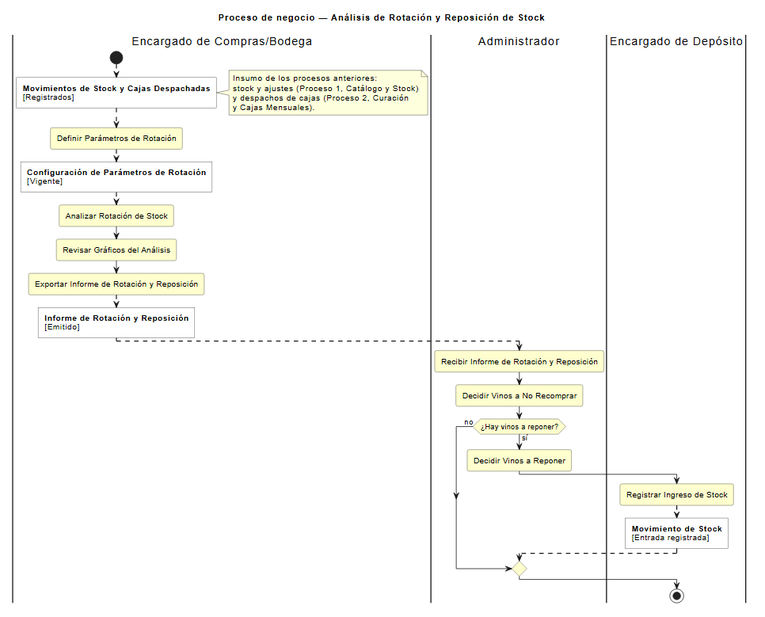
Jesifu/club-de-vinos-td keeps this PlantUML diagram as DIAGRAMAS/DiagramaActividad_Proceso3_RotacionReposicion.png. Above is the earlier version. Its source is kept beside it as DIAGRAMAS/DiagramaActividad_Proceso3_RotacionReposicion.puml. Its diagram source:
```plantuml
@startuml DiagramaActividad_Proceso3_RotacionReposicion

title Proceso de negocio — Análisis de Rotación y Reposición de Stock

skinparam shadowing false
skinparam roundcorner 6
skinparam roundcorner<<doc>> 0
skinparam activity {
  BackgroundColor #FEFECE
  BorderColor #33342E
  BackgroundColor<<doc>> #FFFFFF
  BorderColor<<doc>> #33342E
}
skinparam partition {
  BorderColor #666666
  FontStyle bold
}
scale 0.8

|Encargado de Compras/Bodega|
start
-[dashed]->
:**Movimientos de Stock y Cajas Despachadas**
[Registrados]; <<doc>>
note right
  Insumo de los procesos anteriores:
  stock y ajustes (Proceso 1, Catálogo y Stock)
  y despachos de cajas (Proceso 2, Curación
  y Cajas Mensuales).
end note
-[dashed]->
:Definir Parámetros de Rotación;
-[dashed]->
:**Configuración de Parámetros de Rotación**
[Vigente]; <<doc>>
-[dashed]->
:Analizar Rotación de Stock;
:Revisar Gráficos del Análisis;
:Exportar Informe de Rotación y Reposición;
-[dashed]->
:**Informe de Rotación y Reposición**
[Emitido]; <<doc>>
-[dashed]->

|Administrador|
:Recibir Informe de Rotación y Reposición;
:Decidir Vinos a No Recomprar;
if (¿Hay vinos a reponer?) then (sí)
  :Decidir Vinos a Reponer;

  |Encargado de Depósito|
  :Registrar Ingreso de Stock;
  -[dashed]->
  :**Movimiento de Stock**
[Entrada registrada]; <<doc>>
  -[dashed]->
else (no)
endif
stop

@enduml
```
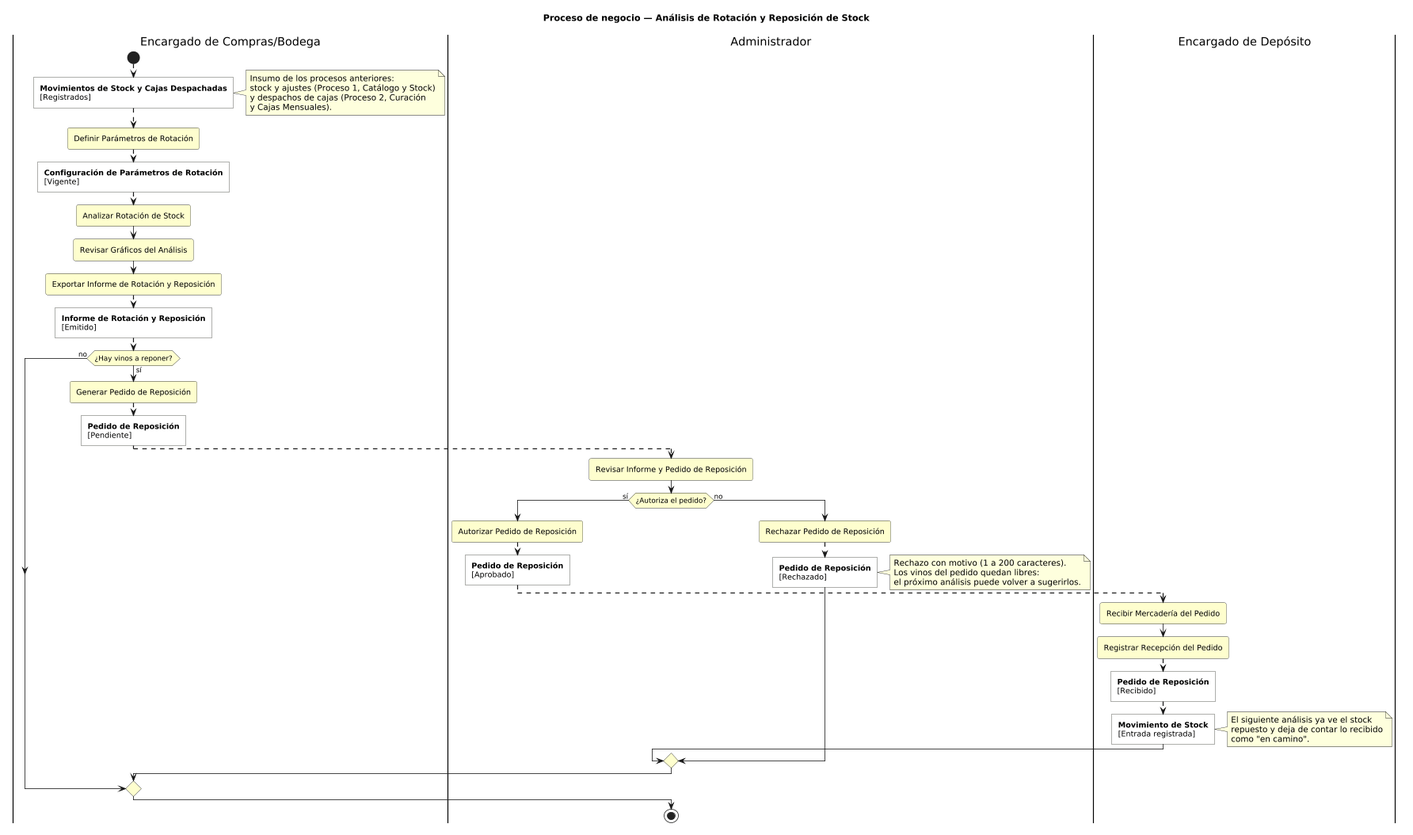
The same file after the commit.

What changed in the source:
```diff
@@ -41,19 +41,48 @@
 :**Informe de Rotación y Reposición**
 [Emitido]; <<doc>>
 -[dashed]->
+if (¿Hay vinos a reponer?) then (sí)
+  :Generar Pedido de Reposición;
+  -[dashed]->
+  :**Pedido de Reposición**
+[Pendiente]; <<doc>>
+  -[dashed]->
 
-|Administrador|
-:Recibir Informe de Rotación y Reposición;
-:Decidir Vinos a No Recomprar;
-if (¿Hay vinos a reponer?) then (sí)
-  :Decidir Vinos a Reponer;
+  |Administrador|
+  :Revisar Informe y Pedido de Reposición;
+  if (¿Autoriza el pedido?) then (sí)
+    :Autorizar Pedido de Reposición;
+    -[dashed]->
+    :**Pedido de Reposición**
+[Aprobado]; <<doc>>
+    -[dashed]->
 
-  |Encargado de Depósito|
-  :Registrar Ingreso de Stock;
-  -[dashed]->
-  :**Movimiento de Stock**
+    |Encargado de Depósito|
+    :Recibir Mercadería del Pedido;
+    :Registrar Recepción del Pedido;
+    -[dashed]->
+    :**Pedido de Reposición**
+[Recibido]; <<doc>>
+    -[dashed]->
+    :**Movimiento de Stock**
 [Entrada registrada]; <<doc>>
-  -[dashed]->
+    note right
+      El siguiente análisis ya ve el stock
+      repuesto y deja de contar lo recibido
+      como "en camino".
+    end note
+  else (no)
+    |Administrador|
+    :Rechazar Pedido de Reposición;
+    -[dashed]->
+    :**Pedido de Reposición**
+[Rechazado]; <<doc>>
+    note right
+      Rechazo con motivo (1 a 200 caracteres).
+      Los vinos del pedido quedan libres:
+      el próximo análisis puede volver a sugerirlos.
+    end note
+  endif
 else (no)
 endif
 stop
```
